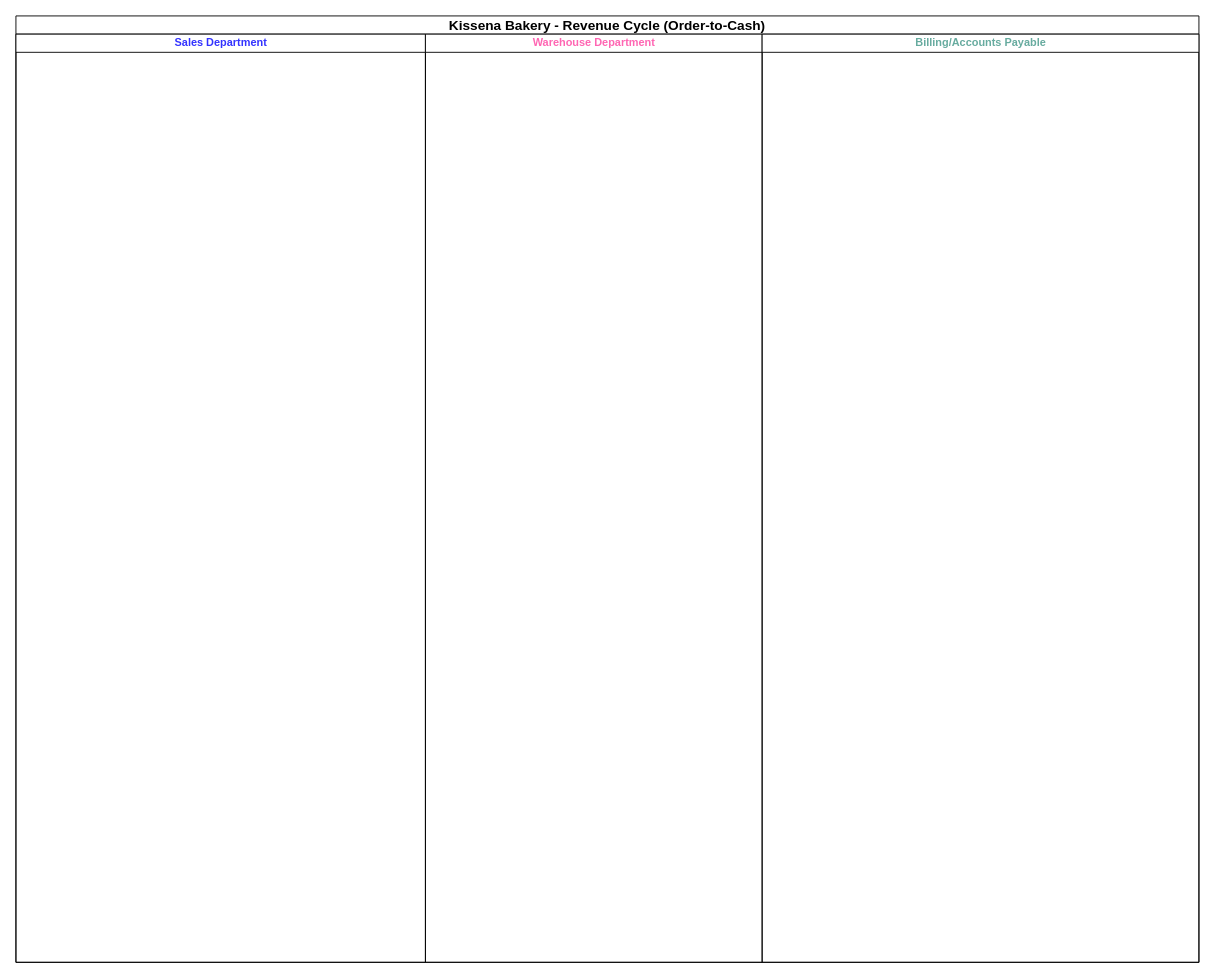
jacksharon/drawio keeps this draw.io diagram as Revenue_Cycle_Controls.drawio. Above is the earlier version. Source tidied: cells renumbered, new cells numbered last; positions are measured from the earlier drawing's top-left corner, leaving out a move shared by most shapes. Both pictures are drawn from the tidied source at 91%, with x=0, y=0 at pixel (15, 15).
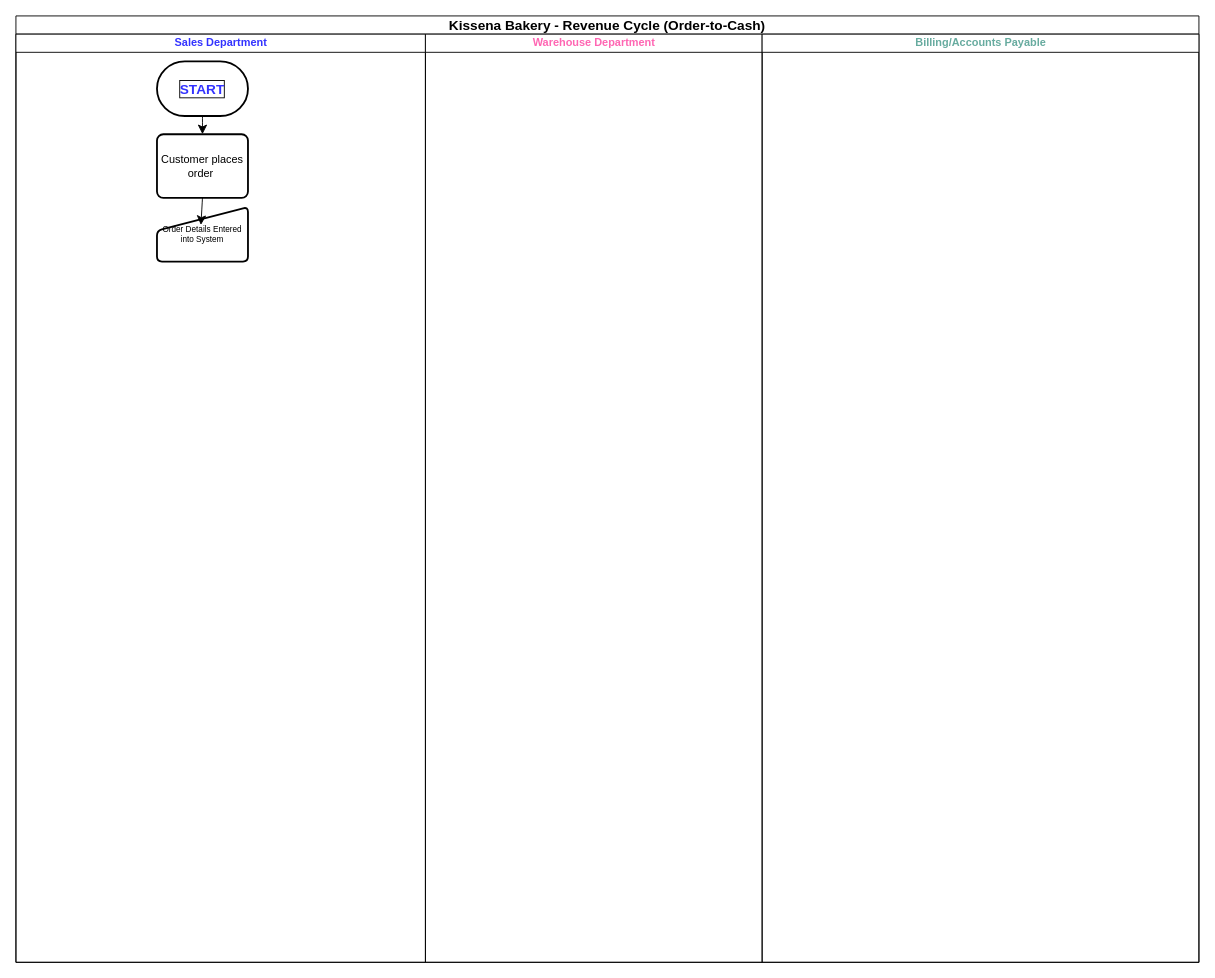
The same diagram, later.

Diff of the diagram source:
```diff
@@
 <mxGraphModel>
   <root>
     <mxCell id="0" />
     <mxCell id="1" parent="0" />
     <mxCell id="2" value="Kissena Bakery - Revenue Cycle (Order-to-Cash)" style="swimlane;html=1;startSize=20;whiteSpace=wrap;fontSize=15;" parent="1" vertex="1">
       <mxGeometry width="1300" height="1040" as="geometry" />
     </mxCell>
     <mxCell id="3" value="Sales Department" style="swimlane;html=1;startSize=20;fontColor=#3333FF;" parent="2" vertex="1">
       <mxGeometry y="20" width="450" height="1020" as="geometry" />
     </mxCell>
+    <mxCell id="6" style="edgeStyle=none;curved=1;rounded=0;jettySize=auto;html=1;exitX=0.5;exitY=1;exitDx=0;exitDy=0;exitPerimeter=0;entryX=0.5;entryY=0;entryDx=0;entryDy=0;fontSize=12;startSize=8;endSize=8;" parent="3" edge="1" source="7" target="8">
+      <mxGeometry relative="1" as="geometry" />
+    </mxCell>
+    <mxCell id="7" value="START" style="strokeWidth=2;html=1;shape=mxgraph.flowchart.terminator;whiteSpace=wrap;fontStyle=1;fontSize=15;fontColor=light-dark(#3333FF,#EDEDED);labelBorderColor=default;" parent="3" vertex="1">
+      <mxGeometry x="155" y="30" width="100" height="60" as="geometry" />
+    </mxCell>
+    <mxCell id="8" value="Customer places order&amp;nbsp;" style="rounded=1;whiteSpace=wrap;html=1;absoluteArcSize=1;arcSize=14;strokeWidth=2;" parent="3" vertex="1">
+      <mxGeometry x="155" y="110" width="100" height="70" as="geometry" />
+    </mxCell>
+    <mxCell id="9" value="Order Details Entered into System" style="html=1;strokeWidth=2;shape=manualInput;whiteSpace=wrap;rounded=1;size=26;arcSize=11;fontSize=9;" parent="3" vertex="1">
+      <mxGeometry x="155" y="190" width="100" height="60" as="geometry" />
+    </mxCell>
+    <mxCell id="10" style="edgeStyle=none;curved=1;rounded=0;jettySize=auto;html=1;exitX=0.5;exitY=1;exitDx=0;exitDy=0;entryX=0.483;entryY=0.328;entryDx=0;entryDy=0;entryPerimeter=0;fontSize=12;startSize=8;endSize=8;" parent="3" edge="1" source="8" target="9">
+      <mxGeometry relative="1" as="geometry" />
+    </mxCell>
     <mxCell id="4" value="Warehouse Department" style="swimlane;html=1;startSize=20;fontColor=#FF66B3;" parent="2" vertex="1">
       <mxGeometry x="450" y="20" width="370" height="1020" as="geometry" />
     </mxCell>
     <mxCell id="5" value="Billing/Accounts Payable" style="swimlane;html=1;startSize=20;fontColor=#67AB9F;" parent="2" vertex="1">
       <mxGeometry x="820" y="20" width="480" height="1020" as="geometry" />
     </mxCell>
   </root>
 </mxGraphModel>
```
